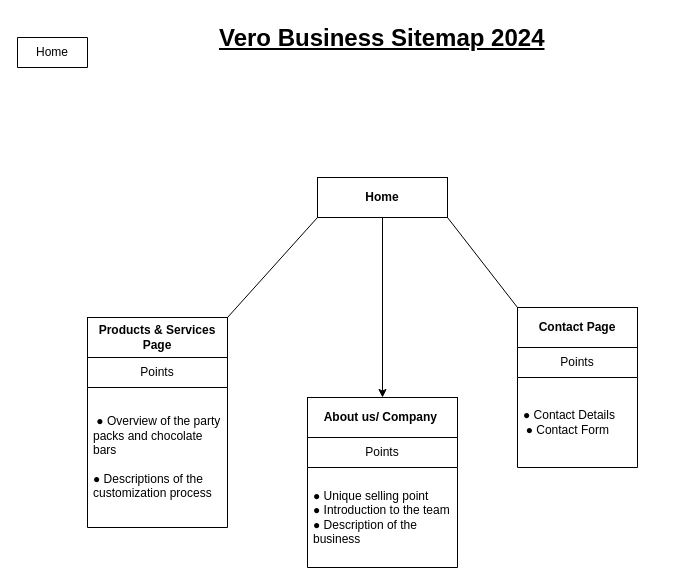
This is Vero Business Sitemap.drawio from cskhomo/vero-ecommerce, a draw.io file, before an edit. Source tidied: cells renumbered, new cells numbered last; positions are measured from the earlier drawing's top-left corner, leaving out a move shared by most shapes. Both pictures are drawn from the tidied source at 100%, with x=0, y=0 at pixel (17, 17).
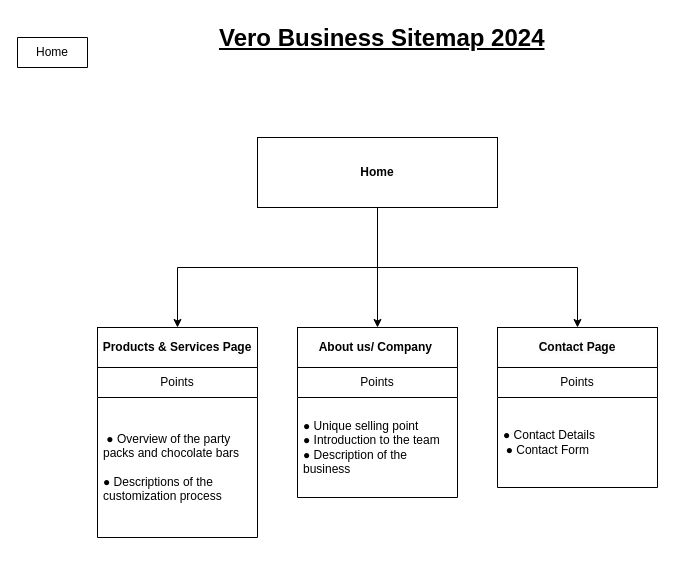
Above is the later version.

Commit message:
Assign sibling relationship in sitemap

The edit, as a diff of the source:
```diff
@@
 <mxGraphModel>
   <root>
     <mxCell id="0" />
     <mxCell id="1" parent="0" />
     <mxCell id="2" value="Home" style="swimlane;fontStyle=0;horizontal=1;startSize=30;whiteSpace=wrap;html=1;" parent="1" vertex="1" collapsed="1">
       <mxGeometry y="20" width="70" height="30" as="geometry" />
     </mxCell>
+    <mxCell id="4" style="edgeStyle=orthogonalEdgeStyle;rounded=0;jettySize=auto;html=1;" parent="1" edge="1" source="3" target="5">
+      <mxGeometry relative="1" as="geometry" />
+    </mxCell>
+    <mxCell id="17" style="edgeStyle=orthogonalEdgeStyle;rounded=0;jettySize=auto;html=1;" parent="1" edge="1" source="3" target="8">
+      <mxGeometry relative="1" as="geometry" />
+    </mxCell>
+    <mxCell id="9" style="edgeStyle=orthogonalEdgeStyle;rounded=0;jettySize=auto;html=1;" parent="1" edge="1" source="3" target="7">
+      <mxGeometry relative="1" as="geometry" />
+    </mxCell>
     <mxCell id="3" value="&lt;b&gt;Home&lt;/b&gt;" style="rounded=0;whiteSpace=wrap;html=1;" parent="1" vertex="1">
-      <mxGeometry x="300" y="160" width="130" height="40" as="geometry" />
+      <mxGeometry x="240" y="120" width="240" height="70" as="geometry" />
     </mxCell>
-    <mxCell id="4" style="endArrow=classic;html=1;rounded=0;exitX=0.5;exitY=1;exitDx=0;exitDy=0;entryX=0.5;entryY=0;entryDx=0;entryDy=0;" parent="1" edge="1" source="3" target="5">
-      <mxGeometry relative="1" as="geometry" />
-    </mxCell>
+    <mxCell id="10" value="&lt;h1 style=&quot;margin-top: 0px;&quot;&gt;&lt;u&gt;Vero Business Sitemap 2024&lt;/u&gt;&lt;/h1&gt;" style="text;html=1;whiteSpace=wrap;overflow=hidden;rounded=0;" parent="1" vertex="1">
+      <mxGeometry x="200" width="340" height="50" as="geometry" />
+    </mxCell>
+    <mxCell id="18" style="group;" parent="1" vertex="1">
+      <mxGeometry x="280" y="310" width="160" height="170" as="geometry" />
+    </mxCell>
-    <mxCell id="5" value="&lt;span style=&quot;text-align: left;&quot;&gt;&lt;b&gt;About us/ Company&amp;nbsp;&lt;/b&gt;&lt;/span&gt;" style="rounded=0;whiteSpace=wrap;html=1;" parent="1" vertex="1">
-      <mxGeometry x="290" y="380" width="150" height="40" as="geometry" />
+    <mxCell id="5" value="&lt;span style=&quot;text-align: left;&quot;&gt;&lt;b&gt;About us/ Company&amp;nbsp;&lt;/b&gt;&lt;/span&gt;" style="rounded=0;whiteSpace=wrap;html=1;" parent="18" vertex="1">
+      <mxGeometry width="160" height="40" as="geometry" />
     </mxCell>
-    <mxCell id="6" style="endArrow=none;html=1;rounded=0;entryX=0;entryY=1;entryDx=0;entryDy=0;exitX=1;exitY=0;exitDx=0;exitDy=0;" parent="1" edge="1" source="8" target="3">
-      <mxGeometry relative="1" as="geometry" />
-    </mxCell>
-    <mxCell id="7" value="&lt;span style=&quot;color: rgb(0, 0, 0); font-family: Helvetica; font-size: 12px; font-style: normal; font-variant-ligatures: normal; font-variant-caps: normal; letter-spacing: normal; orphans: 2; text-align: left; text-indent: 0px; text-transform: none; widows: 2; word-spacing: 0px; -webkit-text-stroke-width: 0px; white-space: normal; background-color: rgb(251, 251, 251); text-decoration-thickness: initial; text-decoration-style: initial; text-decoration-color: initial; float: none; display: inline !important;&quot;&gt;&lt;b&gt;Contact Page&lt;/b&gt;&lt;/span&gt;" style="rounded=0;whiteSpace=wrap;html=1;" parent="1" vertex="1">
-      <mxGeometry x="500" y="290" width="120" height="40" as="geometry" />
-    </mxCell>
-    <mxCell id="8" value="&lt;b style=&quot;text-align: left;&quot;&gt;Products &amp;amp; Services Page&lt;/b&gt;" style="rounded=0;whiteSpace=wrap;html=1;" parent="1" vertex="1">
-      <mxGeometry x="70" y="300" width="140" height="40" as="geometry" />
-    </mxCell>
-    <mxCell id="9" style="endArrow=none;html=1;rounded=0;exitX=1;exitY=1;exitDx=0;exitDy=0;entryX=0;entryY=0;entryDx=0;entryDy=0;" parent="1" edge="1" source="3" target="7">
-      <mxGeometry relative="1" as="geometry" />
-    </mxCell>
-    <mxCell id="10" value="&lt;h1 style=&quot;margin-top: 0px;&quot;&gt;&lt;u&gt;Vero Business Sitemap 2024&lt;/u&gt;&lt;/h1&gt;" style="text;html=1;whiteSpace=wrap;overflow=hidden;rounded=0;" parent="1" vertex="1">
-      <mxGeometry x="200" width="340" height="50" as="geometry" />
-    </mxCell>
-    <mxCell id="11" value="Points" style="swimlane;fontStyle=0;horizontal=1;startSize=30;whiteSpace=wrap;html=1;" parent="1" vertex="1">
-      <mxGeometry x="290" y="420" width="150" height="130" as="geometry" />
+    <mxCell id="11" value="Points" style="swimlane;fontStyle=0;horizontal=1;startSize=30;whiteSpace=wrap;html=1;" parent="18" vertex="1">
+      <mxGeometry y="40" width="160" height="130" as="geometry" />
     </mxCell>
     <mxCell id="12" value="● Unique selling point&lt;br&gt;● Introduction to the team&amp;nbsp;&lt;div&gt;● Description of the business&lt;/div&gt;" style="text;strokeColor=none;fillColor=none;align=left;verticalAlign=middle;spacingLeft=4;spacingRight=4;overflow=hidden;whiteSpace=wrap;html=1;" parent="11" vertex="1">
-      <mxGeometry y="30" width="150" height="100" as="geometry" />
+      <mxGeometry y="30" width="160" height="100" as="geometry" />
     </mxCell>
+    <mxCell id="19" style="group;" parent="1" vertex="1">
+      <mxGeometry x="80" y="310" width="160" height="210" as="geometry" />
+    </mxCell>
+    <mxCell id="8" value="&lt;b style=&quot;text-align: left;&quot;&gt;Products &amp;amp; Services Page&lt;/b&gt;" style="rounded=0;whiteSpace=wrap;html=1;" parent="19" vertex="1">
+      <mxGeometry width="160" height="40" as="geometry" />
+    </mxCell>
+    <mxCell id="15" value="Points" style="swimlane;fontStyle=0;horizontal=1;startSize=30;whiteSpace=wrap;html=1;" parent="19" vertex="1">
+      <mxGeometry y="40" width="160" height="170" as="geometry" />
+    </mxCell>
+    <mxCell id="16" value="&amp;nbsp;● Overview of the party packs and chocolate bars&lt;div&gt;&lt;br&gt;&lt;div&gt;● Descriptions of the customization process&lt;/div&gt;&lt;/div&gt;" style="text;strokeColor=none;fillColor=none;align=left;verticalAlign=middle;spacingLeft=4;spacingRight=4;overflow=hidden;whiteSpace=wrap;html=1;" parent="15" vertex="1">
+      <mxGeometry y="30" width="160" height="140" as="geometry" />
+    </mxCell>
+    <mxCell id="20" style="group;" parent="1" vertex="1">
+      <mxGeometry x="480" y="310" width="160" height="160" as="geometry" />
+    </mxCell>
+    <mxCell id="7" value="&lt;span style=&quot;color: rgb(0, 0, 0); font-family: Helvetica; font-size: 12px; font-style: normal; font-variant-ligatures: normal; font-variant-caps: normal; letter-spacing: normal; orphans: 2; text-align: left; text-indent: 0px; text-transform: none; widows: 2; word-spacing: 0px; -webkit-text-stroke-width: 0px; white-space: normal; background-color: rgb(251, 251, 251); text-decoration-thickness: initial; text-decoration-style: initial; text-decoration-color: initial; float: none; display: inline !important;&quot;&gt;&lt;b&gt;Contact Page&lt;/b&gt;&lt;/span&gt;" style="rounded=0;whiteSpace=wrap;html=1;" parent="20" vertex="1">
+      <mxGeometry width="160" height="40" as="geometry" />
+    </mxCell>
-    <mxCell id="13" value="Points" style="swimlane;fontStyle=0;horizontal=1;startSize=30;whiteSpace=wrap;html=1;" parent="1" vertex="1">
-      <mxGeometry x="500" y="330" width="120" height="120" as="geometry" />
+    <mxCell id="13" value="Points" style="swimlane;fontStyle=0;horizontal=1;startSize=30;whiteSpace=wrap;html=1;" parent="20" vertex="1">
+      <mxGeometry y="40" width="160" height="120" as="geometry" />
     </mxCell>
     <mxCell id="14" value="&lt;div style=&quot;text-align: center;&quot;&gt;&lt;span style=&quot;text-align: left; background-color: initial;&quot;&gt;● Contact Details&lt;/span&gt;&lt;/div&gt;&lt;div style=&quot;text-align: center;&quot;&gt;&lt;span style=&quot;text-align: left;&quot;&gt;● Contact Form&amp;nbsp;&lt;/span&gt;&lt;/div&gt;" style="text;strokeColor=none;fillColor=none;align=left;verticalAlign=middle;spacingLeft=4;spacingRight=4;overflow=hidden;whiteSpace=wrap;html=1;" parent="13" vertex="1">
-      <mxGeometry y="30" width="120" height="90" as="geometry" />
+      <mxGeometry y="30" width="160" height="90" as="geometry" />
     </mxCell>
-    <mxCell id="15" value="Points" style="swimlane;fontStyle=0;horizontal=1;startSize=30;whiteSpace=wrap;html=1;" parent="1" vertex="1">
-      <mxGeometry x="70" y="340" width="140" height="170" as="geometry" />
-    </mxCell>
-    <mxCell id="16" value="&amp;nbsp;● Overview of the party packs and chocolate bars&lt;div&gt;&lt;br&gt;&lt;div&gt;● Descriptions of the customization process&lt;/div&gt;&lt;/div&gt;" style="text;strokeColor=none;fillColor=none;align=left;verticalAlign=middle;spacingLeft=4;spacingRight=4;overflow=hidden;whiteSpace=wrap;html=1;" parent="15" vertex="1">
-      <mxGeometry y="30" width="140" height="140" as="geometry" />
-    </mxCell>
   </root>
 </mxGraphModel>
```
